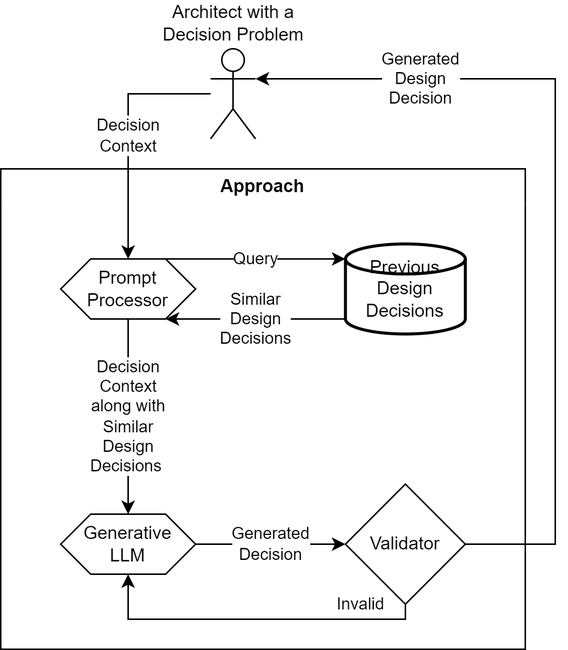
The draw.io diagram Approach/Diagram/approach1.drawio.png in sa4s-serc/LLM4ADR, before a commit. Source tidied: cells renumbered, new cells last; positions are measured from the earlier drawing's top-left corner, leaving out a move shared by most shapes. The source it was exported from:
```xml
<mxGraphModel>
  <root>
    <mxCell id="0" />
    <mxCell id="1" parent="0" />
    <mxCell id="2" value="Decision&lt;br&gt;Context" style="edgeStyle=orthogonalEdgeStyle;rounded=0;jettySize=auto;html=1;entryX=0.5;entryY=0;entryDx=0;entryDy=0;" parent="1" edge="1" source="3" target="11">
      <mxGeometry relative="1" as="geometry" />
    </mxCell>
    <mxCell id="3" value="Architect with a&lt;div&gt;Decision Problem&lt;/div&gt;" style="shape=umlActor;verticalLabelPosition=top;verticalAlign=bottom;html=1;outlineConnect=0;labelPosition=center;align=center;" parent="1" vertex="1">
      <mxGeometry x="140" width="30" height="60" as="geometry" />
    </mxCell>
    <mxCell id="4" value="Approach" style="swimlane;whiteSpace=wrap;html=1;fillColor=none;swimlaneLine=0;" parent="1" vertex="1">
      <mxGeometry y="80" width="350" height="320" as="geometry" />
    </mxCell>
    <mxCell id="5" value="Similar&lt;div&gt;Design&lt;/div&gt;&lt;div&gt;Decisions&lt;/div&gt;" style="edgeStyle=orthogonalEdgeStyle;rounded=0;jettySize=auto;html=1;" parent="4" edge="1" source="6" target="11">
      <mxGeometry relative="1" as="geometry">
        <Array as="points">
          <mxPoint x="180" y="100" />
          <mxPoint x="180" y="100" />
        </Array>
      </mxGeometry>
    </mxCell>
    <mxCell id="6" value="Previous&lt;div&gt;Design Decisions&lt;/div&gt;" style="strokeWidth=2;html=1;shape=mxgraph.flowchart.database;whiteSpace=wrap;labelPosition=center;verticalLabelPosition=middle;align=center;verticalAlign=middle;" parent="4" vertex="1">
      <mxGeometry x="230" y="50" width="80" height="60" as="geometry" />
    </mxCell>
    <mxCell id="7" value="Generated&lt;div&gt;Decision&lt;/div&gt;" style="edgeStyle=orthogonalEdgeStyle;rounded=0;jettySize=auto;html=1;" parent="4" edge="1" source="8" target="13">
      <mxGeometry relative="1" as="geometry" />
    </mxCell>
    <mxCell id="8" value="Generative&lt;div&gt;LLM&lt;/div&gt;" style="shape=hexagon;perimeter=hexagonPerimeter2;whiteSpace=wrap;html=1;fixedSize=1;" parent="4" vertex="1">
      <mxGeometry x="40" y="230" width="90" height="40" as="geometry" />
    </mxCell>
    <mxCell id="9" value="Decision&lt;div&gt;Context&lt;/div&gt;&lt;div&gt;along with&lt;/div&gt;&lt;div&gt;Similar&lt;/div&gt;&lt;div&gt;Design&lt;/div&gt;&lt;div&gt;Decisions&amp;nbsp;&lt;/div&gt;" style="edgeStyle=orthogonalEdgeStyle;rounded=0;jettySize=auto;html=1;" parent="4" edge="1" source="11" target="8">
      <mxGeometry relative="1" as="geometry" />
    </mxCell>
    <mxCell id="10" value="Query" style="edgeStyle=orthogonalEdgeStyle;rounded=0;jettySize=auto;html=1;" parent="4" edge="1" source="11" target="6">
      <mxGeometry relative="1" as="geometry">
        <Array as="points">
          <mxPoint x="180" y="60" />
          <mxPoint x="180" y="60" />
        </Array>
      </mxGeometry>
    </mxCell>
    <mxCell id="11" value="Prompt&lt;div&gt;Processor&lt;/div&gt;" style="shape=hexagon;perimeter=hexagonPerimeter2;whiteSpace=wrap;html=1;fixedSize=1;" parent="4" vertex="1">
      <mxGeometry x="40" y="60" width="90" height="40" as="geometry" />
    </mxCell>
    <mxCell id="12" value="Invalid" style="edgeStyle=orthogonalEdgeStyle;rounded=0;jettySize=auto;html=1;entryX=0.5;entryY=1;entryDx=0;entryDy=0;" parent="4" edge="1" source="13" target="8">
      <mxGeometry x="-0.64" y="-10" relative="1" as="geometry">
        <Array as="points">
          <mxPoint x="270" y="300" />
          <mxPoint x="85" y="300" />
        </Array>
      </mxGeometry>
    </mxCell>
    <mxCell id="13" value="Validator" style="rhombus;whiteSpace=wrap;html=1;" parent="4" vertex="1">
      <mxGeometry x="230" y="210" width="80" height="80" as="geometry" />
    </mxCell>
    <mxCell id="14" value="Generated&lt;br&gt;Design&lt;div&gt;Decision&lt;/div&gt;" style="edgeStyle=orthogonalEdgeStyle;rounded=0;jettySize=auto;html=1;entryX=1;entryY=0.3333333333333333;entryDx=0;entryDy=0;entryPerimeter=0;" parent="1" edge="1" source="13" target="3">
      <mxGeometry x="0.61" relative="1" as="geometry">
        <Array as="points">
          <mxPoint x="370" y="330" />
          <mxPoint x="370" y="20" />
        </Array>
      </mxGeometry>
    </mxCell>
  </root>
</mxGraphModel>
```
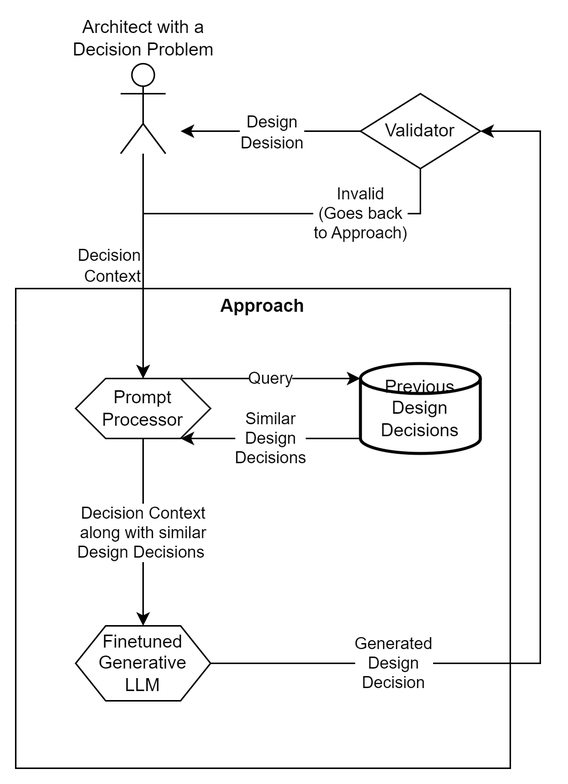
The same diagram one commit later.

What changed in the source:
```diff
@@ -2,14 +2,14 @@
   <root>
     <mxCell id="0" />
     <mxCell id="1" parent="0" />
-    <mxCell id="2" value="Decision&lt;br&gt;Context" style="edgeStyle=orthogonalEdgeStyle;rounded=0;jettySize=auto;html=1;entryX=0.5;entryY=0;entryDx=0;entryDy=0;" parent="1" edge="1" source="3" target="11">
+    <mxCell id="2" value="Decision&lt;br&gt;Context" style="edgeStyle=orthogonalEdgeStyle;rounded=0;jettySize=auto;html=1;entryX=0.5;entryY=0;entryDx=0;entryDy=0;labelPosition=left;verticalLabelPosition=middle;align=right;verticalAlign=middle;" parent="1" edge="1" source="3" target="11">
       <mxGeometry relative="1" as="geometry" />
     </mxCell>
     <mxCell id="3" value="Architect with a&lt;div&gt;Decision Problem&lt;/div&gt;" style="shape=umlActor;verticalLabelPosition=top;verticalAlign=bottom;html=1;outlineConnect=0;labelPosition=center;align=center;" parent="1" vertex="1">
-      <mxGeometry x="140" width="30" height="60" as="geometry" />
+      <mxGeometry x="70" y="-70" width="30" height="60" as="geometry" />
     </mxCell>
     <mxCell id="4" value="Approach" style="swimlane;whiteSpace=wrap;html=1;fillColor=none;swimlaneLine=0;" parent="1" vertex="1">
-      <mxGeometry y="80" width="350" height="320" as="geometry" />
+      <mxGeometry y="80" width="330" height="320" as="geometry" />
     </mxCell>
     <mxCell id="5" value="Similar&lt;div&gt;Design&lt;/div&gt;&lt;div&gt;Decisions&lt;/div&gt;" style="edgeStyle=orthogonalEdgeStyle;rounded=0;jettySize=auto;html=1;" parent="4" edge="1" source="6" target="11">
       <mxGeometry relative="1" as="geometry">
@@ -22,13 +22,10 @@
     <mxCell id="6" value="Previous&lt;div&gt;Design Decisions&lt;/div&gt;" style="strokeWidth=2;html=1;shape=mxgraph.flowchart.database;whiteSpace=wrap;labelPosition=center;verticalLabelPosition=middle;align=center;verticalAlign=middle;" parent="4" vertex="1">
       <mxGeometry x="230" y="50" width="80" height="60" as="geometry" />
     </mxCell>
-    <mxCell id="7" value="Generated&lt;div&gt;Decision&lt;/div&gt;" style="edgeStyle=orthogonalEdgeStyle;rounded=0;jettySize=auto;html=1;" parent="4" edge="1" source="8" target="13">
-      <mxGeometry relative="1" as="geometry" />
-    </mxCell>
-    <mxCell id="8" value="Generative&lt;div&gt;LLM&lt;/div&gt;" style="shape=hexagon;perimeter=hexagonPerimeter2;whiteSpace=wrap;html=1;fixedSize=1;" parent="4" vertex="1">
-      <mxGeometry x="40" y="230" width="90" height="40" as="geometry" />
+    <mxCell id="8" value="&lt;div&gt;Finetuned&lt;/div&gt;Generative&lt;div&gt;LLM&lt;/div&gt;" style="shape=hexagon;perimeter=hexagonPerimeter2;whiteSpace=wrap;html=1;fixedSize=1;" parent="4" vertex="1">
+      <mxGeometry x="40" y="225" width="90" height="50" as="geometry" />
     </mxCell>
-    <mxCell id="9" value="Decision&lt;div&gt;Context&lt;/div&gt;&lt;div&gt;along with&lt;/div&gt;&lt;div&gt;Similar&lt;/div&gt;&lt;div&gt;Design&lt;/div&gt;&lt;div&gt;Decisions&amp;nbsp;&lt;/div&gt;" style="edgeStyle=orthogonalEdgeStyle;rounded=0;jettySize=auto;html=1;" parent="4" edge="1" source="11" target="8">
+    <mxCell id="9" value="Decision Context&lt;div&gt;along with similar&lt;/div&gt;&lt;div&gt;Design Decisions&amp;nbsp;&lt;/div&gt;" style="edgeStyle=orthogonalEdgeStyle;rounded=0;jettySize=auto;html=1;" parent="4" edge="1" source="11" target="8">
       <mxGeometry relative="1" as="geometry" />
     </mxCell>
     <mxCell id="10" value="Query" style="edgeStyle=orthogonalEdgeStyle;rounded=0;jettySize=auto;html=1;" parent="4" edge="1" source="11" target="6">
@@ -42,24 +39,29 @@
     <mxCell id="11" value="Prompt&lt;div&gt;Processor&lt;/div&gt;" style="shape=hexagon;perimeter=hexagonPerimeter2;whiteSpace=wrap;html=1;fixedSize=1;" parent="4" vertex="1">
       <mxGeometry x="40" y="60" width="90" height="40" as="geometry" />
     </mxCell>
-    <mxCell id="12" value="Invalid" style="edgeStyle=orthogonalEdgeStyle;rounded=0;jettySize=auto;html=1;entryX=0.5;entryY=1;entryDx=0;entryDy=0;" parent="4" edge="1" source="13" target="8">
-      <mxGeometry x="-0.64" y="-10" relative="1" as="geometry">
-        <Array as="points">
-          <mxPoint x="270" y="300" />
-          <mxPoint x="85" y="300" />
-        </Array>
-      </mxGeometry>
-    </mxCell>
+    <mxCell id="15" value="Invalid&lt;div&gt;(Goes back&lt;/div&gt;&lt;div&gt;to Approach)&lt;/div&gt;" style="edgeStyle=orthogonalEdgeStyle;rounded=0;jettySize=auto;html=1;entryX=0.5;entryY=0;entryDx=0;entryDy=0;" parent="1" edge="1" source="13" target="11">
+      <mxGeometry x="-0.57" relative="1" as="geometry">
+        <Array as="points">
+          <mxPoint x="270" y="30" />
+          <mxPoint x="85" y="30" />
+        </Array>
+      </mxGeometry>
+    </mxCell>
+    <mxCell id="16" value="Design&lt;div&gt;Desision&lt;/div&gt;" style="edgeStyle=orthogonalEdgeStyle;rounded=0;jettySize=auto;html=1;" parent="1" edge="1" source="13">
+      <mxGeometry relative="1" as="geometry">
+        <mxPoint x="110" y="-25" as="targetPoint" />
+      </mxGeometry>
+    </mxCell>
-    <mxCell id="13" value="Validator" style="rhombus;whiteSpace=wrap;html=1;" parent="4" vertex="1">
-      <mxGeometry x="230" y="210" width="80" height="80" as="geometry" />
+    <mxCell id="13" value="Validator" style="rhombus;whiteSpace=wrap;html=1;" parent="1" vertex="1">
+      <mxGeometry x="230" y="-50" width="80" height="50" as="geometry" />
     </mxCell>
-    <mxCell id="14" value="Generated&lt;br&gt;Design&lt;div&gt;Decision&lt;/div&gt;" style="edgeStyle=orthogonalEdgeStyle;rounded=0;jettySize=auto;html=1;entryX=1;entryY=0.3333333333333333;entryDx=0;entryDy=0;entryPerimeter=0;" parent="1" edge="1" source="13" target="3">
-      <mxGeometry x="0.61" relative="1" as="geometry">
-        <Array as="points">
-          <mxPoint x="370" y="330" />
-          <mxPoint x="370" y="20" />
-        </Array>
-      </mxGeometry>
-    </mxCell>
+    <mxCell id="7" value="Generated&lt;div&gt;Design&lt;/div&gt;&lt;div&gt;Decision&lt;/div&gt;" style="edgeStyle=orthogonalEdgeStyle;rounded=0;jettySize=auto;html=1;entryX=1;entryY=0.5;entryDx=0;entryDy=0;" parent="1" edge="1" source="8" target="13">
+      <mxGeometry x="-0.6" relative="1" as="geometry">
+        <Array as="points">
+          <mxPoint x="350" y="330" />
+          <mxPoint x="350" y="-25" />
+        </Array>
+      </mxGeometry>
+    </mxCell>
   </root>
 </mxGraphModel>
```
